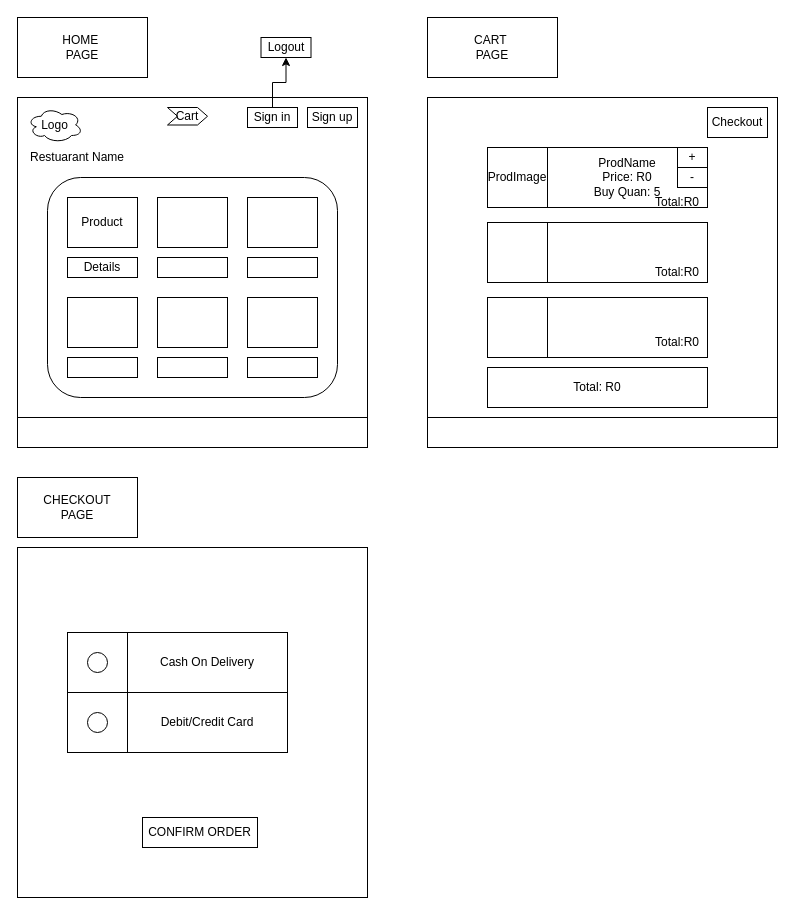
The draw.io diagram E-comProjectDesignIdea.drawio in DhuJUICE/Ecom-Project, before the edit. Source tidied: cells renumbered, new cells numbered last; positions are measured from the earlier drawing's top-left corner, leaving out a move shared by most shapes. Both pictures are drawn from the tidied source at 100%, with x=0, y=0 at pixel (17, 17).
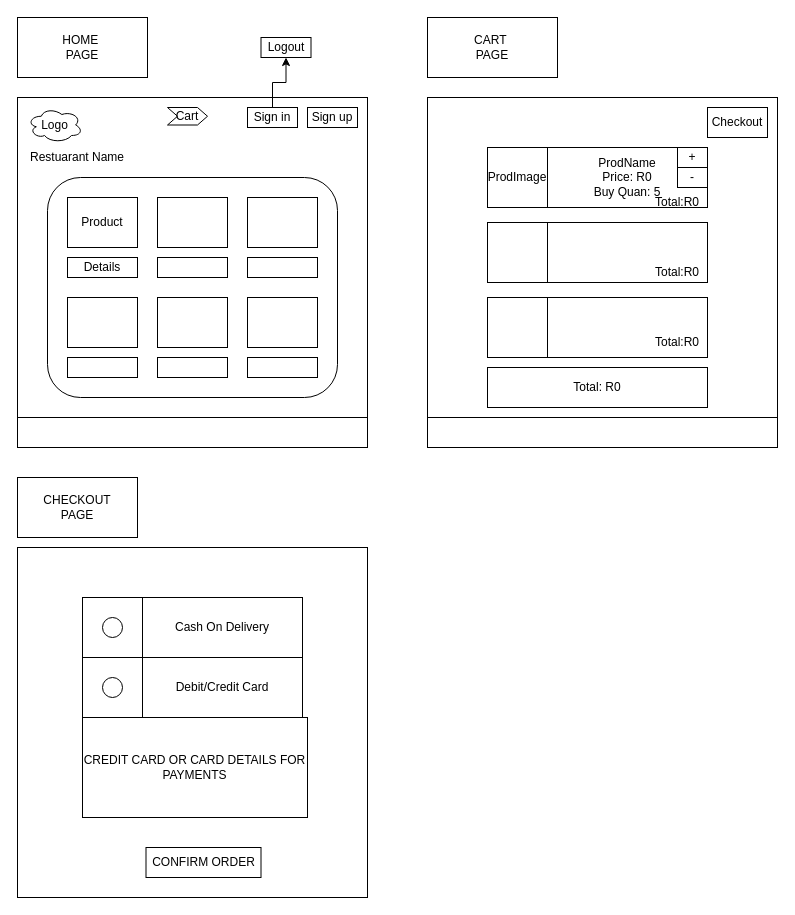
The same page after the edit.

What changed in the source:
```diff
@@
     <mxCell id="43" style="rounded=0;whiteSpace=wrap;html=1;" parent="1" vertex="1">
-      <mxGeometry x="50" y="615" width="60" height="60" as="geometry" />
+      <mxGeometry x="65" y="580" width="60" height="60" as="geometry" />
     </mxCell>
     <mxCell id="44" value="Cash On Delivery" style="rounded=0;whiteSpace=wrap;html=1;" parent="1" vertex="1">
-      <mxGeometry x="110" y="615" width="160" height="60" as="geometry" />
+      <mxGeometry x="125" y="580" width="160" height="60" as="geometry" />
     </mxCell>
     <mxCell id="45" style="ellipse;whiteSpace=wrap;html=1;" parent="1" vertex="1">
-      <mxGeometry x="70" y="635" width="20" height="20" as="geometry" />
+      <mxGeometry x="85" y="600" width="20" height="20" as="geometry" />
     </mxCell>
     <mxCell id="46" style="rounded=0;whiteSpace=wrap;html=1;" parent="1" vertex="1">
-      <mxGeometry x="50" y="675" width="60" height="60" as="geometry" />
+      <mxGeometry x="65" y="640" width="60" height="60" as="geometry" />
     </mxCell>
     <mxCell id="47" value="Debit/Credit Card" style="rounded=0;whiteSpace=wrap;html=1;" parent="1" vertex="1">
-      <mxGeometry x="110" y="675" width="160" height="60" as="geometry" />
+      <mxGeometry x="125" y="640" width="160" height="60" as="geometry" />
     </mxCell>
     <mxCell id="48" style="ellipse;whiteSpace=wrap;html=1;" parent="1" vertex="1">
-      <mxGeometry x="70" y="695" width="20" height="20" as="geometry" />
+      <mxGeometry x="85" y="660" width="20" height="20" as="geometry" />
     </mxCell>
     <mxCell id="49" value="CONFIRM ORDER" style="rounded=0;whiteSpace=wrap;html=1;" parent="1" vertex="1">
-      <mxGeometry x="125" y="800" width="115" height="30" as="geometry" />
+      <mxGeometry x="128.5" y="830" width="115" height="30" as="geometry" />
     </mxCell>
+    <mxCell id="50" value="CREDIT CARD OR CARD DETAILS FOR PAYMENTS" style="rounded=0;whiteSpace=wrap;html=1;" parent="1" vertex="1">
+      <mxGeometry x="65" y="700" width="225" height="100" as="geometry" />
+    </mxCell>
```
